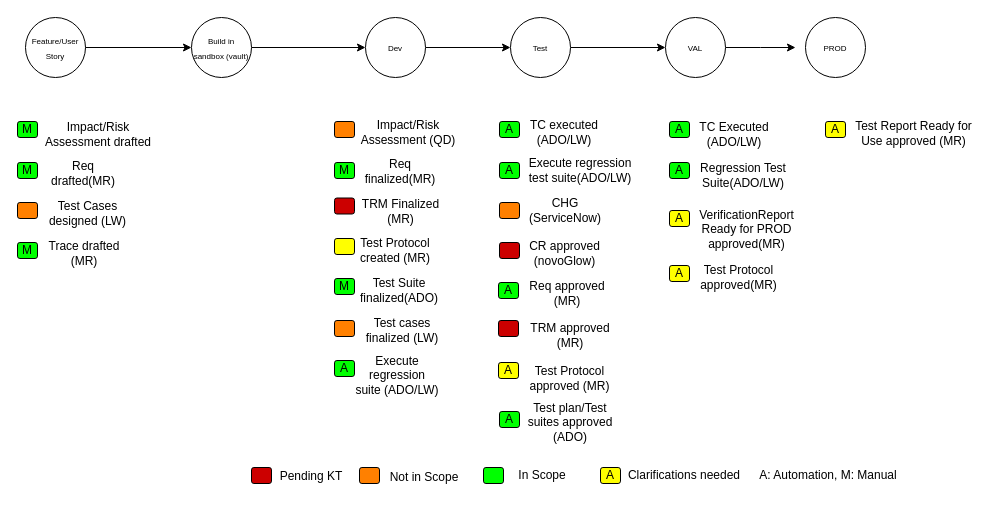
This is hpalmtoado2.drawio from surajnaik90/Architectures-Designs, a draw.io file, before an edit. Source tidied: cells renumbered, new cells numbered last; positions are measured from the earlier drawing's top-left corner, leaving out a move shared by most shapes. Both pictures are drawn from the tidied source at 100%, with x=0, y=0 at pixel (17, 17).
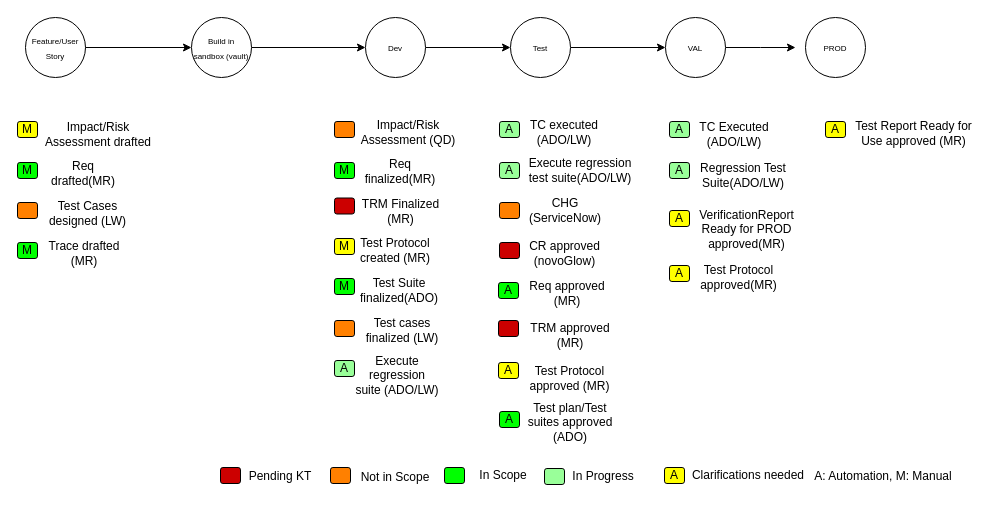
The same diagram, later.

Change to the diagram source:
```diff
@@
     <mxCell id="17" value="Not in Scope" style="text;html=1;strokeColor=none;fillColor=none;align=center;verticalAlign=middle;whiteSpace=wrap;rounded=0;" parent="1" vertex="1">
-      <mxGeometry x="367" y="445" width="80" height="30" as="geometry" />
+      <mxGeometry x="338" y="445" width="80" height="30" as="geometry" />
     </mxCell>
     <mxCell id="18" value="In Scope" style="text;html=1;strokeColor=none;fillColor=none;align=center;verticalAlign=middle;whiteSpace=wrap;rounded=0;" parent="1" vertex="1">
-      <mxGeometry x="482" y="443" width="86" height="30" as="geometry" />
+      <mxGeometry x="443" y="443" width="86" height="30" as="geometry" />
     </mxCell>
     <mxCell id="19" value="Clarifications needed" style="text;html=1;strokeColor=none;fillColor=none;align=center;verticalAlign=middle;whiteSpace=wrap;rounded=0;" parent="1" vertex="1">
-      <mxGeometry x="607" y="443" width="120" height="30" as="geometry" />
+      <mxGeometry x="671" y="443" width="120" height="30" as="geometry" />
     </mxCell>
     <mxCell id="20" value="Pending KT" style="text;html=1;strokeColor=none;fillColor=none;align=center;verticalAlign=middle;whiteSpace=wrap;rounded=0;" parent="1" vertex="1">
-      <mxGeometry x="254" y="444" width="80" height="30" as="geometry" />
+      <mxGeometry x="223" y="444" width="80" height="30" as="geometry" />
     </mxCell>
     <mxCell id="21" value="A: Automation, M: Manual" style="text;html=1;strokeColor=none;fillColor=none;align=center;verticalAlign=middle;whiteSpace=wrap;rounded=0;" parent="1" vertex="1">
-      <mxGeometry x="710" y="443" width="202" height="30" as="geometry" />
+      <mxGeometry x="765" y="444" width="202" height="30" as="geometry" />
     </mxCell>
@@
-    <mxCell id="43" value="A" style="rounded=1;whiteSpace=wrap;html=1;fillColor=#00FF00;" parent="1" vertex="1">
+    <mxCell id="43" value="A" style="rounded=1;whiteSpace=wrap;html=1;fillColor=#99FF99;" parent="1" vertex="1">
       <mxGeometry x="482" y="104" width="20" height="16" as="geometry" />
     </mxCell>
-    <mxCell id="44" value="A" style="rounded=1;whiteSpace=wrap;html=1;fillColor=#00FF00;" parent="1" vertex="1">
+    <mxCell id="44" value="A" style="rounded=1;whiteSpace=wrap;html=1;fillColor=#99FF99;" parent="1" vertex="1">
       <mxGeometry x="482" y="145" width="20" height="16" as="geometry" />
     </mxCell>
@@
-    <mxCell id="55" style="rounded=1;whiteSpace=wrap;html=1;fillColor=#FFFF00;" parent="1" vertex="1">
+    <mxCell id="55" value="M" style="rounded=1;whiteSpace=wrap;html=1;fillColor=#FFFF00;" parent="1" vertex="1">
       <mxGeometry x="317" y="221" width="20" height="16" as="geometry" />
     </mxCell>
@@
-    <mxCell id="58" value="A" style="rounded=1;whiteSpace=wrap;html=1;fillColor=#00FF00;" parent="1" vertex="1">
+    <mxCell id="58" value="A" style="rounded=1;whiteSpace=wrap;html=1;fillColor=#99FF99;" parent="1" vertex="1">
       <mxGeometry x="317" y="343" width="20" height="16" as="geometry" />
     </mxCell>
@@
-    <mxCell id="69" value="A" style="rounded=1;whiteSpace=wrap;html=1;fillColor=#00FF00;" parent="1" vertex="1">
+    <mxCell id="69" value="A" style="rounded=1;whiteSpace=wrap;html=1;fillColor=#99FF99;" parent="1" vertex="1">
       <mxGeometry x="652" y="145" width="20" height="16" as="geometry" />
     </mxCell>
-    <mxCell id="70" value="A" style="rounded=1;whiteSpace=wrap;html=1;fillColor=#00FF00;" parent="1" vertex="1">
+    <mxCell id="70" value="A" style="rounded=1;whiteSpace=wrap;html=1;fillColor=#99FF99;" parent="1" vertex="1">
       <mxGeometry x="652" y="104" width="20" height="16" as="geometry" />
     </mxCell>
@@
-    <mxCell id="72" value="M" style="rounded=1;whiteSpace=wrap;html=1;fillColor=#00FF00;" parent="1" vertex="1">
+    <mxCell id="72" value="M" style="rounded=1;whiteSpace=wrap;html=1;fillColor=#FFFF00;" parent="1" vertex="1">
       <mxGeometry y="104" width="20" height="16" as="geometry" />
     </mxCell>
     <mxCell id="73" style="rounded=1;whiteSpace=wrap;html=1;fillColor=#00FF00;" parent="1" vertex="1">
-      <mxGeometry x="466" y="450" width="20" height="16" as="geometry" />
+      <mxGeometry x="427" y="450" width="20" height="16" as="geometry" />
     </mxCell>
     <mxCell id="74" value="A" style="rounded=1;whiteSpace=wrap;html=1;fillColor=#FFFF00;" parent="1" vertex="1">
-      <mxGeometry x="583" y="450" width="20" height="16" as="geometry" />
+      <mxGeometry x="647" y="450" width="20" height="16" as="geometry" />
     </mxCell>
     <mxCell id="75" style="rounded=1;whiteSpace=wrap;html=1;fillColor=#FF8000;" parent="1" vertex="1">
-      <mxGeometry x="342" y="450" width="20" height="16" as="geometry" />
+      <mxGeometry x="313" y="450" width="20" height="16" as="geometry" />
     </mxCell>
     <mxCell id="76" style="rounded=1;whiteSpace=wrap;html=1;fillColor=#CC0000;" parent="1" vertex="1">
-      <mxGeometry x="234" y="450" width="20" height="16" as="geometry" />
+      <mxGeometry x="203" y="450" width="20" height="16" as="geometry" />
     </mxCell>
+    <mxCell id="77" value="In Progress" style="text;html=1;strokeColor=none;fillColor=none;align=center;verticalAlign=middle;whiteSpace=wrap;rounded=0;" parent="1" vertex="1">
+      <mxGeometry x="543" y="444" width="86" height="30" as="geometry" />
+    </mxCell>
+    <mxCell id="78" style="rounded=1;whiteSpace=wrap;html=1;fillColor=#99FF99;" parent="1" vertex="1">
+      <mxGeometry x="527" y="451" width="20" height="16" as="geometry" />
+    </mxCell>
```
